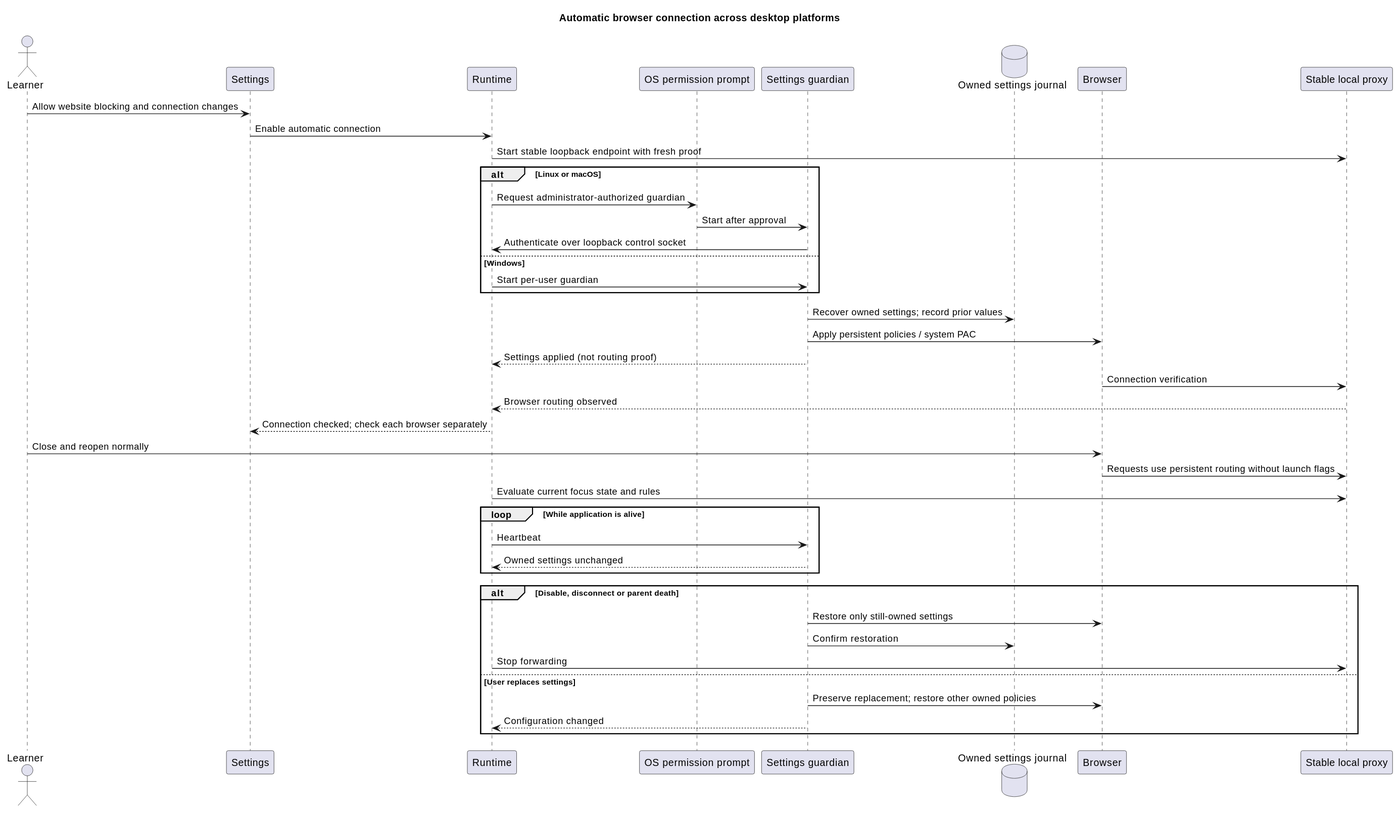
This is docs/SD/SD_PersistentBrowserRouting.svg from MiguelRibeiro1210/Focus-and-Study-Tracking, a PlantUML export, as it was before one commit.
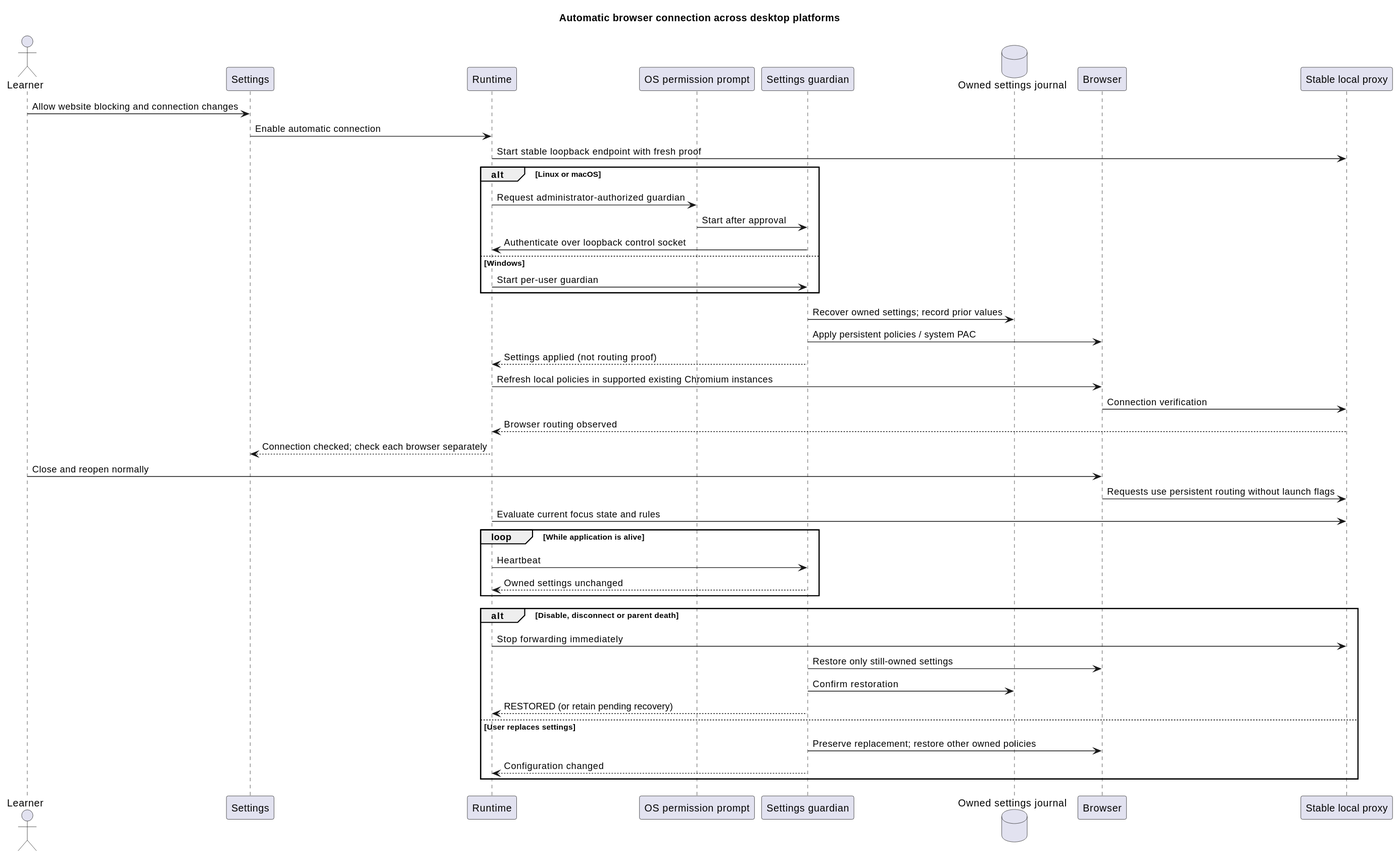
Later version of the same file.

What changed in the source:
```diff
@@ -21,6 +21,7 @@
 Guardian -> Journal: Recover owned settings; record prior values
 Guardian -> Browser: Apply persistent policies / system PAC
 Guardian --> Runtime: Settings applied (not routing proof)
+Runtime -> Browser: Refresh local policies in supported existing Chromium instances
 Browser -> Proxy: Connection verification
 Proxy --> Runtime: Browser routing observed
 Runtime --> Settings: Connection checked; check each browser separately
@@ -32,9 +33,10 @@
   Guardian --> Runtime: Owned settings unchanged
 end
 alt Disable, disconnect or parent death
+  Runtime -> Proxy: Stop forwarding immediately
   Guardian -> Browser: Restore only still-owned settings
   Guardian -> Journal: Confirm restoration
-  Runtime -> Proxy: Stop forwarding
+  Guardian --> Runtime: RESTORED (or retain pending recovery)
 else User replaces settings
   Guardian -> Browser: Preserve replacement; restore other owned policies
   Guardian --> Runtime: Configuration changed
```
